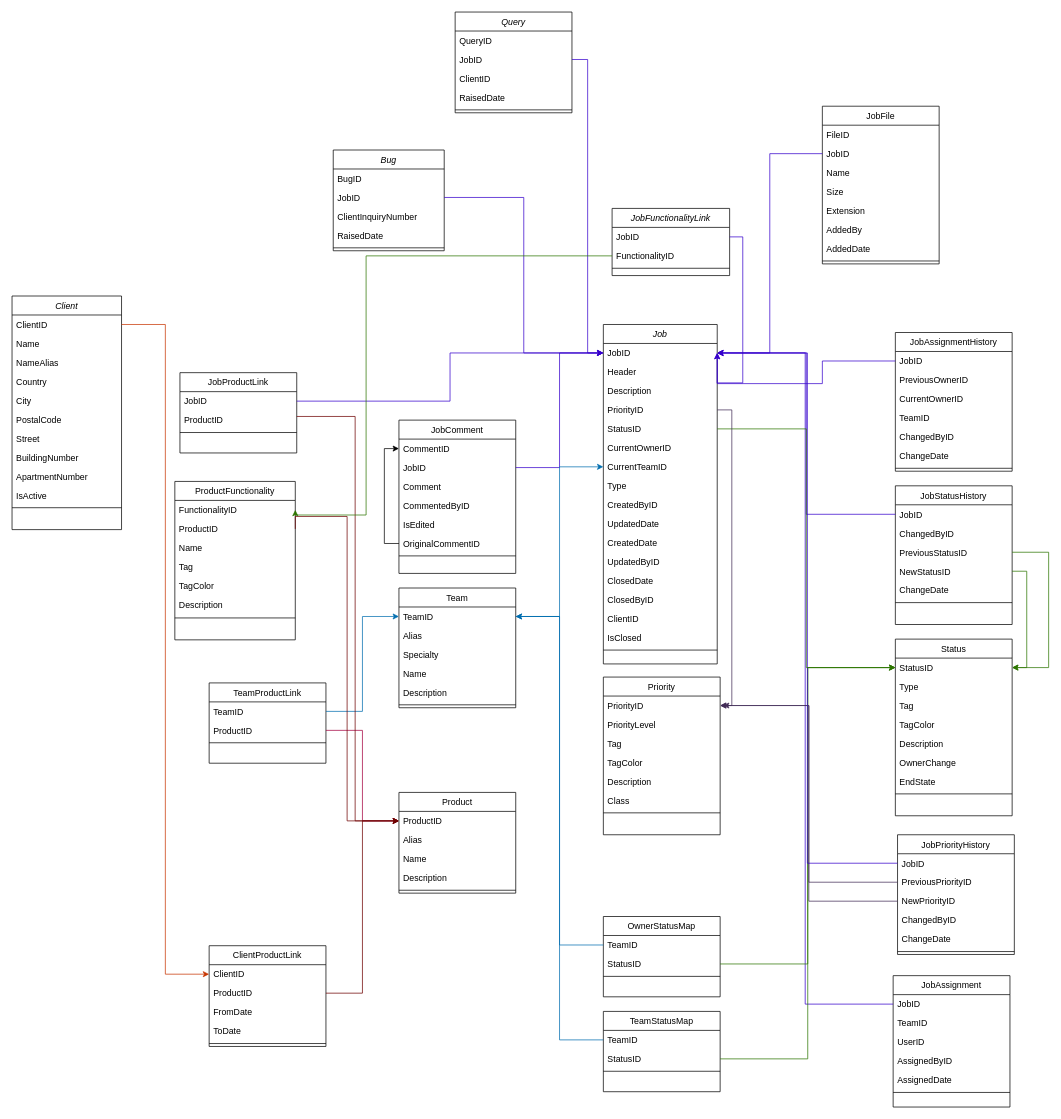
This is documentation/uml/job-class.drawio from KMastalerz/Sloth, a draw.io file, before an edit. Source tidied: cells renumbered, new cells numbered last; positions are measured from the earlier drawing's top-left corner, leaving out a move shared by most shapes. Both pictures are drawn from the tidied source at 73%, with x=0, y=0 at pixel (12, 12).
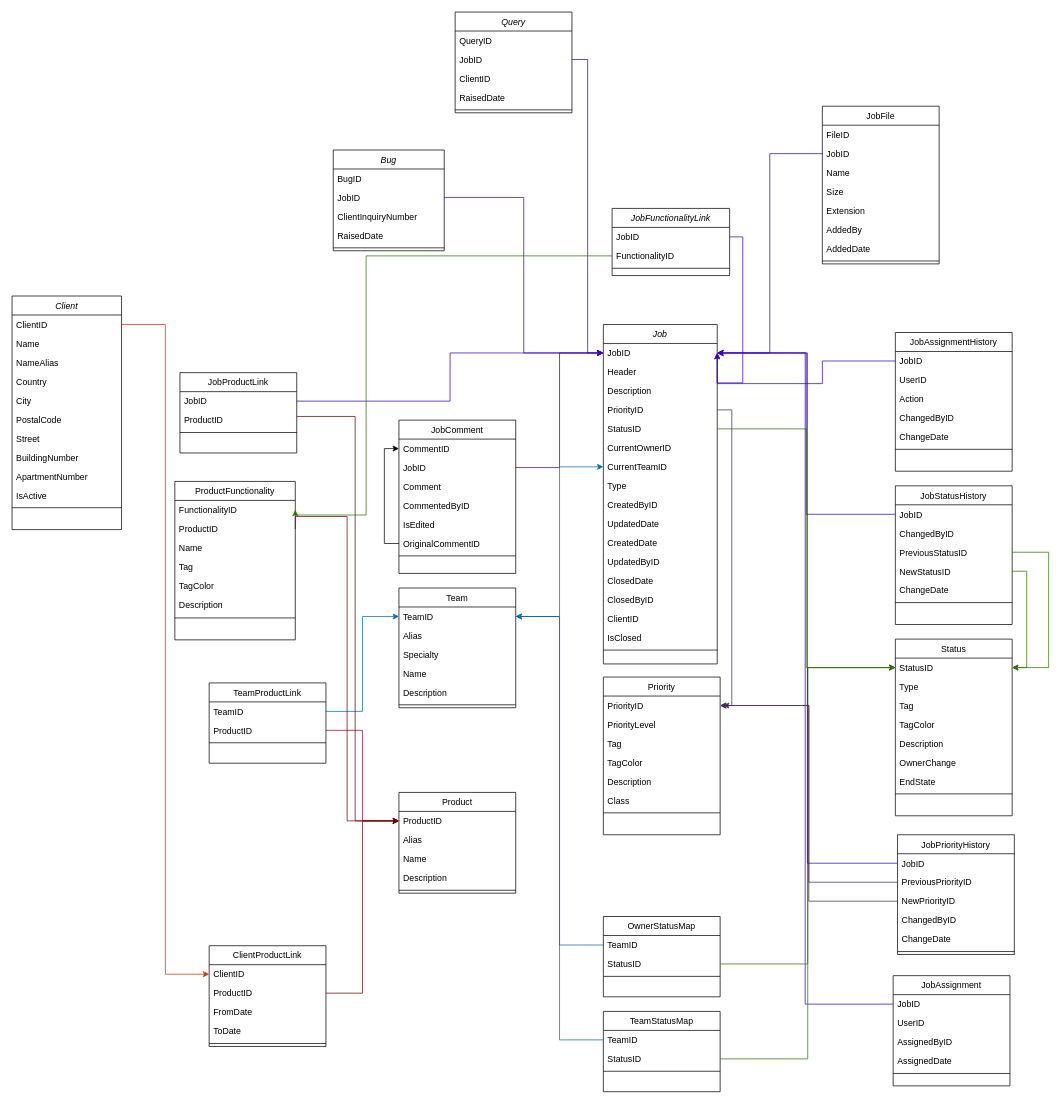
The same diagram, later.

Unchanged cells that the change refers to:
```xml
<mxCell id="20" value="JobAssignmentHistory" style="swimlane;fontStyle=0;align=center;verticalAlign=top;horizontal=1;startSize=26;rounded=0;shadow=0;strokeWidth=1;" parent="1" vertex="1">
  <mxGeometry x="1210" y="439" width="160" height="190" as="geometry" />
</mxCell>
```

Diff of the diagram source:
```diff
@@
-    <mxCell id="22" value="PreviousOwnerID" style="text;align=left;verticalAlign=top;spacingLeft=4;spacingRight=4;overflow=hidden;rounded=0;shadow=0;html=0;" parent="20" vertex="1">
-      <mxGeometry y="52" width="160" height="26" as="geometry" />
-    </mxCell>
-    <mxCell id="23" value="CurrentOwnerID" style="text;align=left;verticalAlign=top;spacingLeft=4;spacingRight=4;overflow=hidden;rounded=0;shadow=0;html=0;" parent="20" vertex="1">
-      <mxGeometry y="78" width="160" height="26" as="geometry" />
+    <mxCell id="23" value="UserID" style="text;align=left;verticalAlign=top;spacingLeft=4;spacingRight=4;overflow=hidden;rounded=0;shadow=0;html=0;" parent="20" vertex="1">
+      <mxGeometry y="52" width="160" height="26" as="geometry" />
     </mxCell>
-    <mxCell id="24" value="TeamID" style="text;align=left;verticalAlign=top;spacingLeft=4;spacingRight=4;overflow=hidden;rounded=0;shadow=0;html=0;" parent="20" vertex="1">
-      <mxGeometry y="104" width="160" height="26" as="geometry" />
-    </mxCell>
+    <mxCell id="183" value="Action" style="text;align=left;verticalAlign=top;spacingLeft=4;spacingRight=4;overflow=hidden;rounded=0;shadow=0;html=0;" parent="20" vertex="1">
+      <mxGeometry y="78" width="160" height="26" as="geometry" />
+    </mxCell>
     <mxCell id="25" value="ChangedByID" style="text;align=left;verticalAlign=top;spacingLeft=4;spacingRight=4;overflow=hidden;rounded=0;shadow=0;html=0;" parent="20" vertex="1">
-      <mxGeometry y="130" width="160" height="26" as="geometry" />
+      <mxGeometry y="104" width="160" height="26" as="geometry" />
     </mxCell>
     <mxCell id="26" value="ChangeDate" style="text;align=left;verticalAlign=top;spacingLeft=4;spacingRight=4;overflow=hidden;rounded=0;shadow=0;html=0;" parent="20" vertex="1">
-      <mxGeometry y="156" width="160" height="26" as="geometry" />
+      <mxGeometry y="130" width="160" height="26" as="geometry" />
     </mxCell>
     <mxCell id="27" style="line;html=1;strokeWidth=1;align=left;verticalAlign=middle;spacingTop=-1;spacingLeft=3;spacingRight=3;labelPosition=right;" parent="20" vertex="1">
-      <mxGeometry y="182" width="160" height="8" as="geometry" />
+      <mxGeometry y="156" width="160" height="8" as="geometry" />
     </mxCell>
@@
     <mxCell id="69" value="JobAssignment" style="swimlane;fontStyle=0;align=center;verticalAlign=top;horizontal=1;startSize=26;rounded=0;shadow=0;strokeWidth=1;" parent="1" vertex="1">
-      <mxGeometry x="1207" y="1320" width="160" height="180" as="geometry" />
+      <mxGeometry x="1207" y="1320" width="160" height="151" as="geometry" />
     </mxCell>
@@
-    <mxCell id="71" value="TeamID" style="text;align=left;verticalAlign=top;spacingLeft=4;spacingRight=4;overflow=hidden;" parent="69" vertex="1">
-      <mxGeometry y="52" width="160" height="26" as="geometry" />
-    </mxCell>
     <mxCell id="72" value="UserID" style="text;align=left;verticalAlign=top;spacingLeft=4;spacingRight=4;overflow=hidden;rounded=0;shadow=0;html=0;" parent="69" vertex="1">
-      <mxGeometry y="78" width="160" height="26" as="geometry" />
+      <mxGeometry y="52" width="160" height="26" as="geometry" />
     </mxCell>
     <mxCell id="73" value="AssignedByID" style="text;align=left;verticalAlign=top;spacingLeft=4;spacingRight=4;overflow=hidden;" parent="69" vertex="1">
-      <mxGeometry y="104" width="160" height="26" as="geometry" />
+      <mxGeometry y="78" width="160" height="26" as="geometry" />
     </mxCell>
     <mxCell id="74" value="AssignedDate" style="text;align=left;verticalAlign=top;spacingLeft=4;spacingRight=4;overflow=hidden;rounded=0;shadow=0;html=0;" parent="69" vertex="1">
-      <mxGeometry y="130" width="160" height="26" as="geometry" />
+      <mxGeometry y="104" width="160" height="26" as="geometry" />
     </mxCell>
     <mxCell id="75" style="line;html=1;strokeWidth=1;align=left;verticalAlign=middle;spacingTop=-1;spacingLeft=3;spacingRight=3;labelPosition=right;" parent="69" vertex="1">
-      <mxGeometry y="156" width="160" height="8" as="geometry" />
+      <mxGeometry y="130" width="160" height="8" as="geometry" />
     </mxCell>
```
